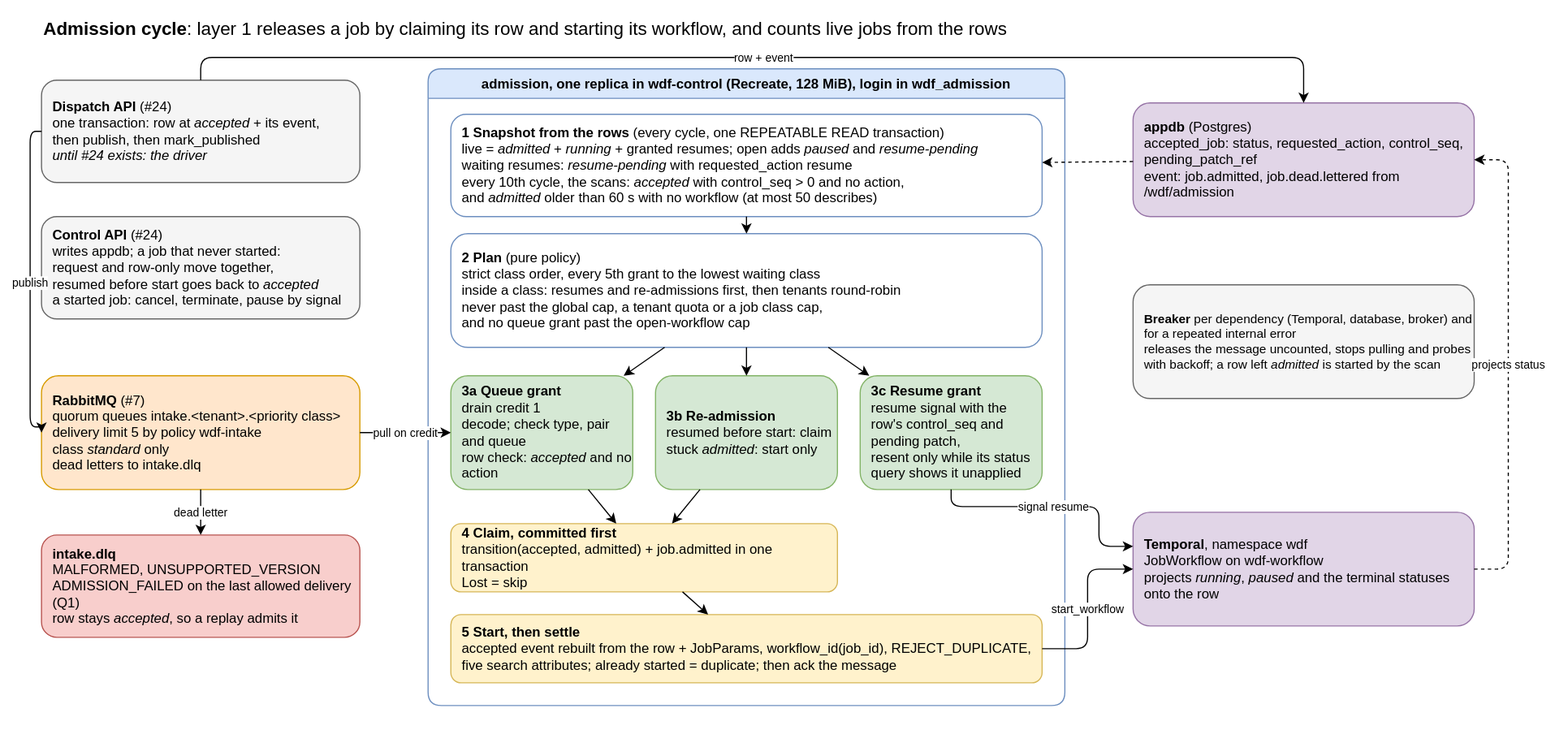
The draw.io diagram docs/architecture/17-admission-cycle.drawio.svg in AndoNorth/disyard, before a commit. Source tidied: cells renumbered, new cells last; positions are measured from the earlier drawing's top-left corner, leaving out a move shared by most shapes. The source it was exported from:
```xml
<mxGraphModel>
  <root>
    <mxCell id="0" />
    <mxCell id="1" parent="0" />
    <mxCell id="2" value="&lt;b&gt;Admission cycle&lt;/b&gt;: layer 1 releases a job by claiming its row and starting its workflow, and counts live jobs from the rows" style="text;html=1;align=left;verticalAlign=middle;fontSize=16;" parent="1" vertex="1">
      <mxGeometry x="10" width="1200" height="30" as="geometry" />
    </mxCell>
    <mxCell id="3" value="&lt;b&gt;Dispatch API&lt;/b&gt; (#24)&lt;br&gt;one transaction: row at &lt;i&gt;accepted&lt;/i&gt; + its event,&lt;br&gt;then publish, then mark_published&lt;br&gt;&lt;i&gt;until #24 exists: the driver&lt;/i&gt;" style="rounded=1;whiteSpace=wrap;html=1;fillColor=#f5f5f5;strokeColor=#666666;align=left;spacingLeft=8;" parent="1" vertex="1">
      <mxGeometry x="10" y="60" width="280" height="90" as="geometry" />
    </mxCell>
    <mxCell id="4" value="&lt;b&gt;Control API&lt;/b&gt; (#24)&lt;br&gt;writes appdb; a job that never started:&lt;br&gt;request and row-only move together,&lt;br&gt;resumed before start goes back to &lt;i&gt;accepted&lt;/i&gt;&lt;br&gt;a started job: cancel, terminate, pause by signal" style="rounded=1;whiteSpace=wrap;html=1;fillColor=#f5f5f5;strokeColor=#666666;align=left;spacingLeft=8;" parent="1" vertex="1">
      <mxGeometry x="10" y="180" width="280" height="90" as="geometry" />
    </mxCell>
    <mxCell id="5" value="&lt;b&gt;RabbitMQ&lt;/b&gt; (#7)&lt;br&gt;quorum queues intake.&amp;lt;tenant&amp;gt;.&amp;lt;priority class&amp;gt;&lt;br&gt;delivery limit 5 by policy wdf-intake&lt;br&gt;class &lt;i&gt;standard&lt;/i&gt; only&lt;br&gt;dead letters to intake.dlq" style="rounded=1;whiteSpace=wrap;html=1;fillColor=#ffe6cc;strokeColor=#d79b00;align=left;spacingLeft=8;" parent="1" vertex="1">
      <mxGeometry x="10" y="320" width="280" height="100" as="geometry" />
    </mxCell>
    <mxCell id="6" value="&lt;b&gt;intake.dlq&lt;/b&gt;&lt;br&gt;MALFORMED, UNSUPPORTED_VERSION&lt;br&gt;ADMISSION_FAILED on the last allowed delivery (Q1)&lt;br&gt;row stays &lt;i&gt;accepted&lt;/i&gt;, so a replay admits it" style="rounded=1;whiteSpace=wrap;html=1;fillColor=#f8cecc;strokeColor=#b85450;align=left;spacingLeft=8;" parent="1" vertex="1">
      <mxGeometry x="10" y="460" width="280" height="90" as="geometry" />
    </mxCell>
    <mxCell id="7" value="admission, one replica in wdf-control (Recreate, 128 MiB), login in wdf_admission" style="swimlane;startSize=26;rounded=1;fillColor=#dae8fc;strokeColor=#6c8ebf;fontStyle=1;" parent="1" vertex="1">
      <mxGeometry x="350" y="50" width="560" height="560" as="geometry" />
    </mxCell>
    <mxCell id="8" value="&lt;b&gt;1 Snapshot from the rows&lt;/b&gt; (every cycle, one REPEATABLE READ transaction)&lt;br&gt;live = &lt;i&gt;admitted&lt;/i&gt; + &lt;i&gt;running&lt;/i&gt; + granted resumes; open adds &lt;i&gt;paused&lt;/i&gt; and &lt;i&gt;resume-pending&lt;/i&gt;&lt;br&gt;waiting resumes: &lt;i&gt;resume-pending&lt;/i&gt; with requested_action resume&lt;br&gt;every 10th cycle, the scans: &lt;i&gt;accepted&lt;/i&gt; with control_seq &amp;gt; 0 and no action,&lt;br&gt;and &lt;i&gt;admitted&lt;/i&gt; older than 60 s with no workflow (at most 50 describes)" style="rounded=1;whiteSpace=wrap;html=1;fillColor=#ffffff;strokeColor=#6c8ebf;align=left;spacingLeft=8;" parent="7" vertex="1">
      <mxGeometry x="20" y="40" width="520" height="90" as="geometry" />
    </mxCell>
    <mxCell id="9" value="&lt;b&gt;2 Plan&lt;/b&gt; (pure policy)&lt;br&gt;strict class order, every 5th grant to the lowest waiting class&lt;br&gt;inside a class: resumes and re-admissions first, then tenants round-robin&lt;br&gt;never past the global cap, a tenant quota or a job class cap,&lt;br&gt;and no queue grant past the open-workflow cap" style="rounded=1;whiteSpace=wrap;html=1;fillColor=#ffffff;strokeColor=#6c8ebf;align=left;spacingLeft=8;" parent="7" vertex="1">
      <mxGeometry x="20" y="145" width="520" height="100" as="geometry" />
    </mxCell>
    <mxCell id="10" value="&lt;b&gt;3a Queue grant&lt;/b&gt;&lt;br&gt;drain credit 1&lt;br&gt;decode; check type, pair and queue&lt;br&gt;row check: &lt;i&gt;accepted&lt;/i&gt; and no action" style="rounded=1;whiteSpace=wrap;html=1;fillColor=#d5e8d4;strokeColor=#82b366;align=left;spacingLeft=8;" parent="7" vertex="1">
      <mxGeometry x="20" y="270" width="160" height="100" as="geometry" />
    </mxCell>
    <mxCell id="11" value="&lt;b&gt;3b Re-admission&lt;/b&gt;&lt;br&gt;resumed before start: claim&lt;br&gt;stuck &lt;i&gt;admitted&lt;/i&gt;: start only" style="rounded=1;whiteSpace=wrap;html=1;fillColor=#d5e8d4;strokeColor=#82b366;align=left;spacingLeft=8;" parent="7" vertex="1">
      <mxGeometry x="200" y="270" width="160" height="100" as="geometry" />
    </mxCell>
    <mxCell id="12" value="&lt;b&gt;3c Resume grant&lt;/b&gt;&lt;br&gt;resume signal with the row's control_seq and pending patch,&lt;br&gt;resent only while its status query shows it unapplied" style="rounded=1;whiteSpace=wrap;html=1;fillColor=#d5e8d4;strokeColor=#82b366;align=left;spacingLeft=8;" parent="7" vertex="1">
      <mxGeometry x="380" y="270" width="160" height="100" as="geometry" />
    </mxCell>
    <mxCell id="13" value="&lt;b&gt;4 Claim, committed first&lt;/b&gt;&lt;br&gt;transition(accepted, admitted) + job.admitted in one transaction&lt;br&gt;Lost = skip" style="rounded=1;whiteSpace=wrap;html=1;fillColor=#fff2cc;strokeColor=#d6b656;align=left;spacingLeft=8;" parent="7" vertex="1">
      <mxGeometry x="20" y="400" width="340" height="60" as="geometry" />
    </mxCell>
    <mxCell id="14" value="&lt;b&gt;5 Start, then settle&lt;/b&gt;&lt;br&gt;accepted event rebuilt from the row + JobParams, workflow_id(job_id), REJECT_DUPLICATE,&lt;br&gt;five search attributes; already started = duplicate; then ack the message" style="rounded=1;whiteSpace=wrap;html=1;fillColor=#fff2cc;strokeColor=#d6b656;align=left;spacingLeft=8;" parent="7" vertex="1">
      <mxGeometry x="20" y="480" width="520" height="60" as="geometry" />
    </mxCell>
    <mxCell id="15" style="endArrow=classic;html=1;" parent="7" edge="1" source="8" target="9">
      <mxGeometry relative="1" as="geometry" />
    </mxCell>
    <mxCell id="16" style="endArrow=classic;html=1;" parent="7" edge="1" source="9" target="10">
      <mxGeometry relative="1" as="geometry" />
    </mxCell>
    <mxCell id="17" style="endArrow=classic;html=1;" parent="7" edge="1" source="9" target="11">
      <mxGeometry relative="1" as="geometry" />
    </mxCell>
    <mxCell id="18" style="endArrow=classic;html=1;" parent="7" edge="1" source="9" target="12">
      <mxGeometry relative="1" as="geometry" />
    </mxCell>
    <mxCell id="19" style="endArrow=classic;html=1;" parent="7" edge="1" source="10" target="13">
      <mxGeometry relative="1" as="geometry" />
    </mxCell>
    <mxCell id="20" style="endArrow=classic;html=1;" parent="7" edge="1" source="11" target="13">
      <mxGeometry relative="1" as="geometry" />
    </mxCell>
    <mxCell id="21" style="endArrow=classic;html=1;" parent="7" edge="1" source="13" target="14">
      <mxGeometry relative="1" as="geometry" />
    </mxCell>
    <mxCell id="22" value="&lt;b&gt;appdb&lt;/b&gt; (Postgres)&lt;br&gt;accepted_job: status, requested_action, control_seq, pending_patch_ref&lt;br&gt;event: job.admitted, job.dead.lettered from /wdf/admission" style="rounded=1;whiteSpace=wrap;html=1;fillColor=#e1d5e7;strokeColor=#9673a6;align=left;spacingLeft=8;" parent="1" vertex="1">
      <mxGeometry x="970" y="80" width="300" height="100" as="geometry" />
    </mxCell>
    <mxCell id="23" value="&lt;b&gt;Temporal&lt;/b&gt;, namespace wdf&lt;br&gt;JobWorkflow on wdf-workflow&lt;br&gt;projects &lt;i&gt;running&lt;/i&gt;, &lt;i&gt;paused&lt;/i&gt; and the terminal statuses onto the row" style="rounded=1;whiteSpace=wrap;html=1;fillColor=#e1d5e7;strokeColor=#9673a6;align=left;spacingLeft=8;" parent="1" vertex="1">
      <mxGeometry x="970" y="440" width="300" height="100" as="geometry" />
    </mxCell>
    <mxCell id="24" value="&lt;b&gt;Breaker&lt;/b&gt; per dependency (Temporal, database, broker) and for a repeated internal error&lt;br&gt;releases the message uncounted, stops pulling and probes with backoff; a row left &lt;i&gt;admitted&lt;/i&gt; is started by the scan" style="rounded=1;whiteSpace=wrap;html=1;fillColor=#f5f5f5;strokeColor=#666666;align=left;spacingLeft=8;fontSize=11;" parent="1" vertex="1">
      <mxGeometry x="970" y="240" width="300" height="100" as="geometry" />
    </mxCell>
    <mxCell id="25" value="row + event" style="endArrow=classic;html=1;fontSize=10;edgeStyle=orthogonalEdgeStyle;" parent="1" edge="1" source="3" target="22">
      <mxGeometry relative="1" as="geometry">
        <Array as="points">
          <mxPoint x="150" y="40" />
          <mxPoint x="1120" y="40" />
        </Array>
      </mxGeometry>
    </mxCell>
    <mxCell id="26" value="publish" style="endArrow=classic;html=1;fontSize=10;edgeStyle=orthogonalEdgeStyle;exitX=0;exitY=0.5;entryX=0;entryY=0.5;" parent="1" edge="1" source="3" target="5">
      <mxGeometry relative="1" as="geometry">
        <Array as="points">
          <mxPoint y="105" />
          <mxPoint y="365" />
        </Array>
      </mxGeometry>
    </mxCell>
    <mxCell id="27" value="pull on credit" style="endArrow=classic;html=1;fontSize=10;edgeStyle=orthogonalEdgeStyle;" parent="1" edge="1" source="5" target="10">
      <mxGeometry relative="1" as="geometry" />
    </mxCell>
    <mxCell id="28" value="dead letter" style="endArrow=classic;html=1;fontSize=10;" parent="1" edge="1" source="5" target="6">
      <mxGeometry relative="1" as="geometry" />
    </mxCell>
    <mxCell id="29" style="endArrow=classic;html=1;dashed=1;" parent="1" edge="1" source="22" target="8">
      <mxGeometry relative="1" as="geometry" />
    </mxCell>
    <mxCell id="30" value="start_workflow" style="endArrow=classic;html=1;fontSize=10;edgeStyle=orthogonalEdgeStyle;" parent="1" edge="1" source="14" target="23">
      <mxGeometry relative="1" as="geometry" />
    </mxCell>
    <mxCell id="31" value="signal resume" style="endArrow=classic;html=1;fontSize=10;edgeStyle=orthogonalEdgeStyle;exitX=0.5;exitY=1;exitDx=0;exitDy=0;" parent="1" edge="1" source="12" target="23">
      <mxGeometry relative="1" as="geometry">
        <Array as="points">
          <mxPoint x="810" y="435" />
          <mxPoint x="940" y="435" />
          <mxPoint x="940" y="470" />
        </Array>
      </mxGeometry>
    </mxCell>
    <mxCell id="32" value="projects status" style="endArrow=classic;html=1;fontSize=10;dashed=1;edgeStyle=orthogonalEdgeStyle;exitX=1;exitY=0.5;entryX=1;entryY=0.5;" parent="1" edge="1" source="23" target="22">
      <mxGeometry relative="1" as="geometry">
        <Array as="points">
          <mxPoint x="1300" y="490" />
          <mxPoint x="1300" y="130" />
        </Array>
      </mxGeometry>
    </mxCell>
  </root>
</mxGraphModel>
```
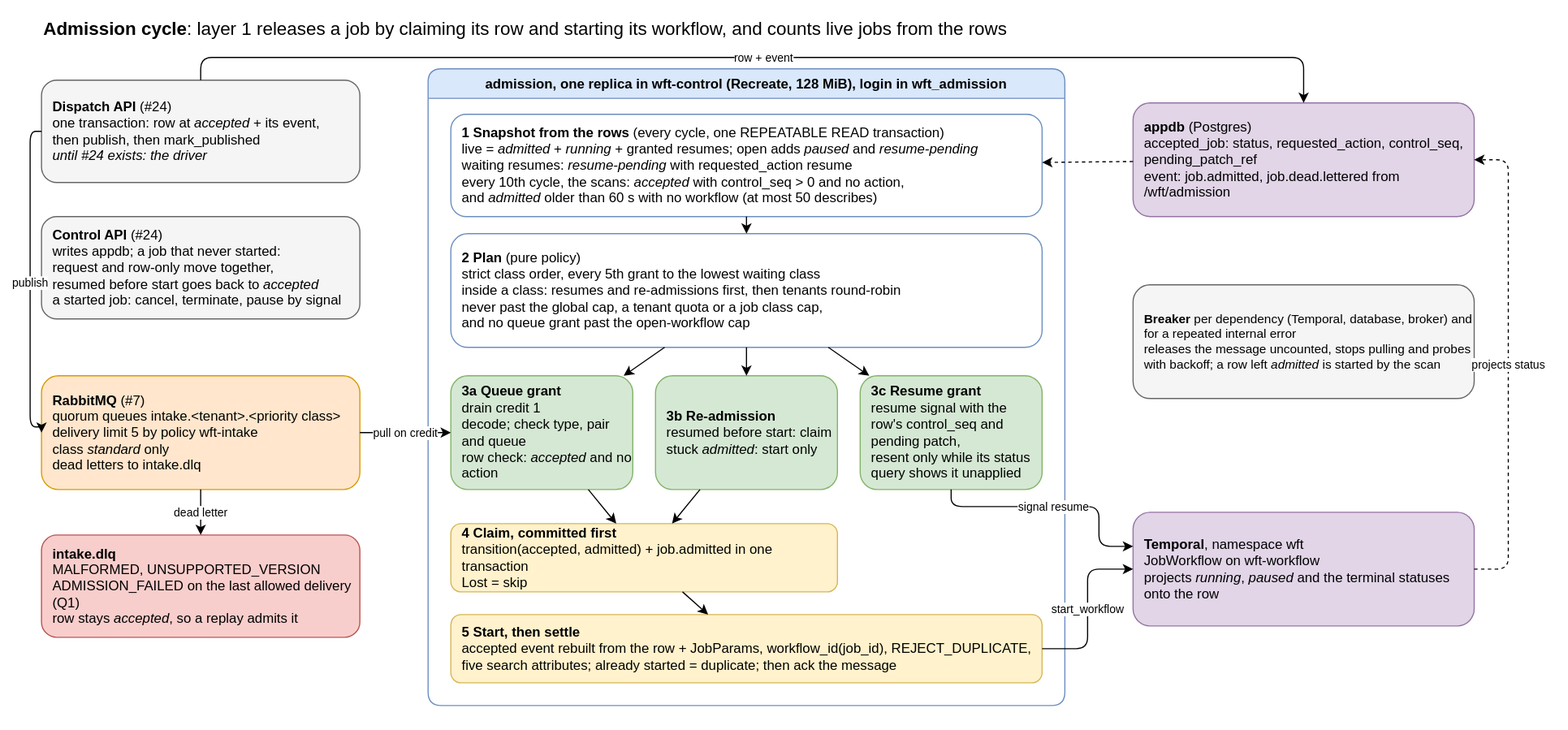
Above is the later version.

What changed in the source:
```diff
@@ -11,13 +11,13 @@
     <mxCell id="4" value="&lt;b&gt;Control API&lt;/b&gt; (#24)&lt;br&gt;writes appdb; a job that never started:&lt;br&gt;request and row-only move together,&lt;br&gt;resumed before start goes back to &lt;i&gt;accepted&lt;/i&gt;&lt;br&gt;a started job: cancel, terminate, pause by signal" style="rounded=1;whiteSpace=wrap;html=1;fillColor=#f5f5f5;strokeColor=#666666;align=left;spacingLeft=8;" parent="1" vertex="1">
       <mxGeometry x="10" y="180" width="280" height="90" as="geometry" />
     </mxCell>
-    <mxCell id="5" value="&lt;b&gt;RabbitMQ&lt;/b&gt; (#7)&lt;br&gt;quorum queues intake.&amp;lt;tenant&amp;gt;.&amp;lt;priority class&amp;gt;&lt;br&gt;delivery limit 5 by policy wdf-intake&lt;br&gt;class &lt;i&gt;standard&lt;/i&gt; only&lt;br&gt;dead letters to intake.dlq" style="rounded=1;whiteSpace=wrap;html=1;fillColor=#ffe6cc;strokeColor=#d79b00;align=left;spacingLeft=8;" parent="1" vertex="1">
+    <mxCell id="5" value="&lt;b&gt;RabbitMQ&lt;/b&gt; (#7)&lt;br&gt;quorum queues intake.&amp;lt;tenant&amp;gt;.&amp;lt;priority class&amp;gt;&lt;br&gt;delivery limit 5 by policy wft-intake&lt;br&gt;class &lt;i&gt;standard&lt;/i&gt; only&lt;br&gt;dead letters to intake.dlq" style="rounded=1;whiteSpace=wrap;html=1;fillColor=#ffe6cc;strokeColor=#d79b00;align=left;spacingLeft=8;" parent="1" vertex="1">
       <mxGeometry x="10" y="320" width="280" height="100" as="geometry" />
     </mxCell>
     <mxCell id="6" value="&lt;b&gt;intake.dlq&lt;/b&gt;&lt;br&gt;MALFORMED, UNSUPPORTED_VERSION&lt;br&gt;ADMISSION_FAILED on the last allowed delivery (Q1)&lt;br&gt;row stays &lt;i&gt;accepted&lt;/i&gt;, so a replay admits it" style="rounded=1;whiteSpace=wrap;html=1;fillColor=#f8cecc;strokeColor=#b85450;align=left;spacingLeft=8;" parent="1" vertex="1">
       <mxGeometry x="10" y="460" width="280" height="90" as="geometry" />
     </mxCell>
-    <mxCell id="7" value="admission, one replica in wdf-control (Recreate, 128 MiB), login in wdf_admission" style="swimlane;startSize=26;rounded=1;fillColor=#dae8fc;strokeColor=#6c8ebf;fontStyle=1;" parent="1" vertex="1">
+    <mxCell id="7" value="admission, one replica in wft-control (Recreate, 128 MiB), login in wft_admission" style="swimlane;startSize=26;rounded=1;fillColor=#dae8fc;strokeColor=#6c8ebf;fontStyle=1;" parent="1" vertex="1">
       <mxGeometry x="350" y="50" width="560" height="560" as="geometry" />
     </mxCell>
     <mxCell id="8" value="&lt;b&gt;1 Snapshot from the rows&lt;/b&gt; (every cycle, one REPEATABLE READ transaction)&lt;br&gt;live = &lt;i&gt;admitted&lt;/i&gt; + &lt;i&gt;running&lt;/i&gt; + granted resumes; open adds &lt;i&gt;paused&lt;/i&gt; and &lt;i&gt;resume-pending&lt;/i&gt;&lt;br&gt;waiting resumes: &lt;i&gt;resume-pending&lt;/i&gt; with requested_action resume&lt;br&gt;every 10th cycle, the scans: &lt;i&gt;accepted&lt;/i&gt; with control_seq &amp;gt; 0 and no action,&lt;br&gt;and &lt;i&gt;admitted&lt;/i&gt; older than 60 s with no workflow (at most 50 describes)" style="rounded=1;whiteSpace=wrap;html=1;fillColor=#ffffff;strokeColor=#6c8ebf;align=left;spacingLeft=8;" parent="7" vertex="1">
@@ -62,10 +62,10 @@
     <mxCell id="21" style="endArrow=classic;html=1;" parent="7" edge="1" source="13" target="14">
       <mxGeometry relative="1" as="geometry" />
     </mxCell>
-    <mxCell id="22" value="&lt;b&gt;appdb&lt;/b&gt; (Postgres)&lt;br&gt;accepted_job: status, requested_action, control_seq, pending_patch_ref&lt;br&gt;event: job.admitted, job.dead.lettered from /wdf/admission" style="rounded=1;whiteSpace=wrap;html=1;fillColor=#e1d5e7;strokeColor=#9673a6;align=left;spacingLeft=8;" parent="1" vertex="1">
+    <mxCell id="22" value="&lt;b&gt;appdb&lt;/b&gt; (Postgres)&lt;br&gt;accepted_job: status, requested_action, control_seq, pending_patch_ref&lt;br&gt;event: job.admitted, job.dead.lettered from /wft/admission" style="rounded=1;whiteSpace=wrap;html=1;fillColor=#e1d5e7;strokeColor=#9673a6;align=left;spacingLeft=8;" parent="1" vertex="1">
       <mxGeometry x="970" y="80" width="300" height="100" as="geometry" />
     </mxCell>
-    <mxCell id="23" value="&lt;b&gt;Temporal&lt;/b&gt;, namespace wdf&lt;br&gt;JobWorkflow on wdf-workflow&lt;br&gt;projects &lt;i&gt;running&lt;/i&gt;, &lt;i&gt;paused&lt;/i&gt; and the terminal statuses onto the row" style="rounded=1;whiteSpace=wrap;html=1;fillColor=#e1d5e7;strokeColor=#9673a6;align=left;spacingLeft=8;" parent="1" vertex="1">
+    <mxCell id="23" value="&lt;b&gt;Temporal&lt;/b&gt;, namespace wft&lt;br&gt;JobWorkflow on wft-workflow&lt;br&gt;projects &lt;i&gt;running&lt;/i&gt;, &lt;i&gt;paused&lt;/i&gt; and the terminal statuses onto the row" style="rounded=1;whiteSpace=wrap;html=1;fillColor=#e1d5e7;strokeColor=#9673a6;align=left;spacingLeft=8;" parent="1" vertex="1">
       <mxGeometry x="970" y="440" width="300" height="100" as="geometry" />
     </mxCell>
     <mxCell id="24" value="&lt;b&gt;Breaker&lt;/b&gt; per dependency (Temporal, database, broker) and for a repeated internal error&lt;br&gt;releases the message uncounted, stops pulling and probes with backoff; a row left &lt;i&gt;admitted&lt;/i&gt; is started by the scan" style="rounded=1;whiteSpace=wrap;html=1;fillColor=#f5f5f5;strokeColor=#666666;align=left;spacingLeft=8;fontSize=11;" parent="1" vertex="1">
```
